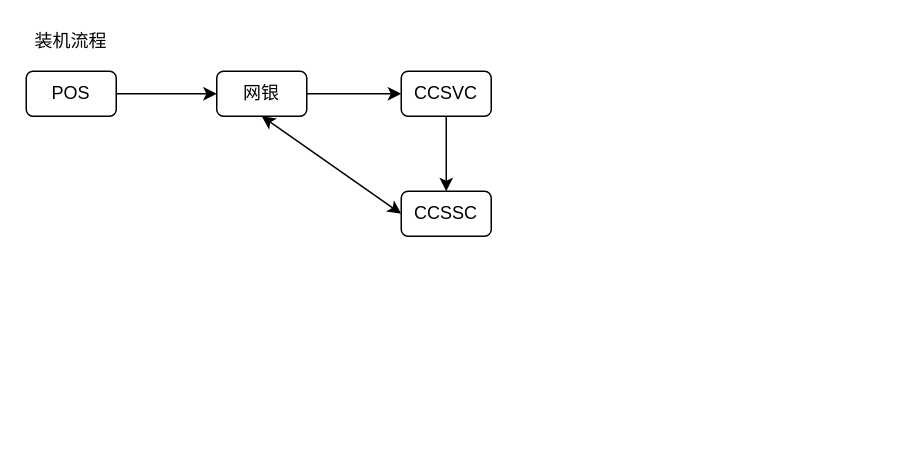
Earlier version of the draw.io diagram KeyStruct-FT.drawio (xin78693304/mycharts). Source tidied: cells renumbered, new cells numbered last; positions are measured from the earlier drawing's top-left corner, leaving out a move shared by most shapes. Both pictures are drawn from the tidied source at 150%, with x=0, y=0 at pixel (26, 26).
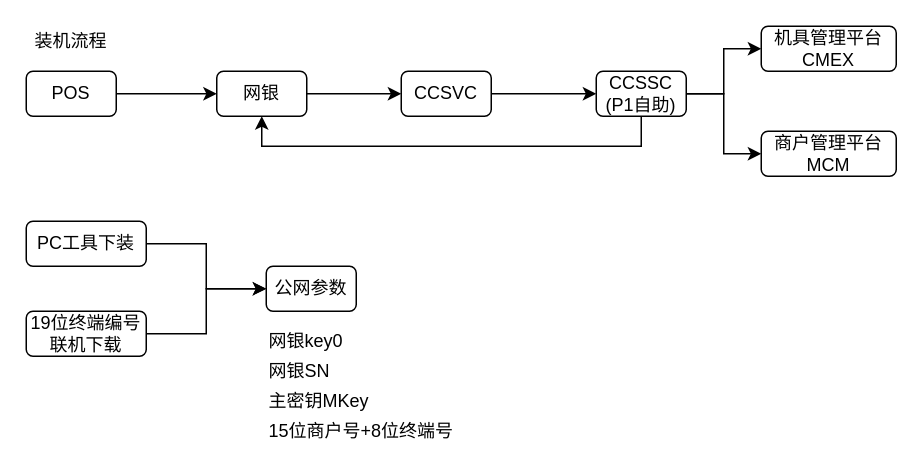
Above is the later version.

The change refers to these unchanged cells:
```xml
<mxCell id="5" value="网银" style="rounded=1;whiteSpace=wrap;html=1;" parent="1" vertex="1">
  <mxGeometry x="127" y="30" width="60" height="30" as="geometry" />
</mxCell>
```

What changed in the source:
```diff
@@
+    <mxCell id="10" style="edgeStyle=orthogonalEdgeStyle;rounded=0;jettySize=auto;html=1;entryX=0.5;entryY=1;entryDx=0;entryDy=0;" parent="1" edge="1" source="8" target="5">
+      <mxGeometry relative="1" as="geometry">
+        <Array as="points">
+          <mxPoint x="410" y="80" />
+          <mxPoint x="157" y="80" />
+        </Array>
+      </mxGeometry>
+    </mxCell>
+    <mxCell id="11" style="edgeStyle=orthogonalEdgeStyle;rounded=0;jettySize=auto;html=1;entryX=0;entryY=0.5;entryDx=0;entryDy=0;" parent="1" edge="1" source="8" target="14">
+      <mxGeometry relative="1" as="geometry" />
+    </mxCell>
+    <mxCell id="12" style="edgeStyle=orthogonalEdgeStyle;rounded=0;jettySize=auto;html=1;entryX=0;entryY=0.5;entryDx=0;entryDy=0;" parent="1" edge="1" source="8" target="15">
+      <mxGeometry relative="1" as="geometry" />
+    </mxCell>
-    <mxCell id="8" value="CCSSC" style="rounded=1;whiteSpace=wrap;html=1;" parent="1" vertex="1">
-      <mxGeometry x="250" y="110" width="60" height="30" as="geometry" />
+    <mxCell id="8" value="CCSSC&lt;br&gt;(P1自助)" style="rounded=1;whiteSpace=wrap;html=1;" parent="1" vertex="1">
+      <mxGeometry x="380" y="30" width="60" height="30" as="geometry" />
     </mxCell>
@@
-    <mxCell id="10" style="endArrow=classic;startArrow=classic;html=1;entryX=0.5;entryY=1;entryDx=0;entryDy=0;exitX=0;exitY=0.5;exitDx=0;exitDy=0;" parent="1" edge="1" source="8" target="5">
-      <mxGeometry relative="1" as="geometry" />
-    </mxCell>
+    <mxCell id="13" value="公网参数" style="rounded=1;whiteSpace=wrap;html=1;" parent="1" vertex="1">
+      <mxGeometry x="160" y="160" width="60" height="30" as="geometry" />
+    </mxCell>
+    <mxCell id="14" value="机具管理平台CMEX" style="rounded=1;whiteSpace=wrap;html=1;" parent="1" vertex="1">
+      <mxGeometry x="490" width="90" height="30" as="geometry" />
+    </mxCell>
+    <mxCell id="15" value="商户管理平台MCM" style="rounded=1;whiteSpace=wrap;html=1;" parent="1" vertex="1">
+      <mxGeometry x="490" y="70" width="90" height="30" as="geometry" />
+    </mxCell>
+    <mxCell id="16" style="edgeStyle=orthogonalEdgeStyle;rounded=0;jettySize=auto;html=1;entryX=0;entryY=0.5;entryDx=0;entryDy=0;" parent="1" edge="1" source="17" target="13">
+      <mxGeometry relative="1" as="geometry" />
+    </mxCell>
+    <mxCell id="17" value="PC工具下装" style="rounded=1;whiteSpace=wrap;html=1;" parent="1" vertex="1">
+      <mxGeometry y="130" width="80" height="30" as="geometry" />
+    </mxCell>
+    <mxCell id="18" style="edgeStyle=orthogonalEdgeStyle;rounded=0;jettySize=auto;html=1;entryX=0;entryY=0.5;entryDx=0;entryDy=0;" parent="1" edge="1" source="19" target="13">
+      <mxGeometry relative="1" as="geometry" />
+    </mxCell>
+    <mxCell id="19" value="19位终端编号联机下载" style="rounded=1;whiteSpace=wrap;html=1;" parent="1" vertex="1">
+      <mxGeometry y="190" width="80" height="30" as="geometry" />
+    </mxCell>
+    <mxCell id="20" value="网银key0" style="text;html=1;strokeColor=none;fillColor=none;align=left;verticalAlign=middle;whiteSpace=wrap;rounded=0;" parent="1" vertex="1">
+      <mxGeometry x="160" y="200" width="60" height="20" as="geometry" />
+    </mxCell>
+    <mxCell id="21" value="网银SN" style="text;html=1;strokeColor=none;fillColor=none;align=left;verticalAlign=middle;whiteSpace=wrap;rounded=0;" parent="1" vertex="1">
+      <mxGeometry x="160" y="220" width="60" height="20" as="geometry" />
+    </mxCell>
+    <mxCell id="22" value="主密钥MKey" style="text;html=1;strokeColor=none;fillColor=none;align=left;verticalAlign=middle;whiteSpace=wrap;rounded=0;" parent="1" vertex="1">
+      <mxGeometry x="160" y="240" width="80" height="20" as="geometry" />
+    </mxCell>
+    <mxCell id="23" value="15位商户号+8位终端号" style="text;html=1;strokeColor=none;fillColor=none;align=left;verticalAlign=middle;whiteSpace=wrap;rounded=0;" parent="1" vertex="1">
+      <mxGeometry x="160" y="260" width="130" height="20" as="geometry" />
+    </mxCell>
```
